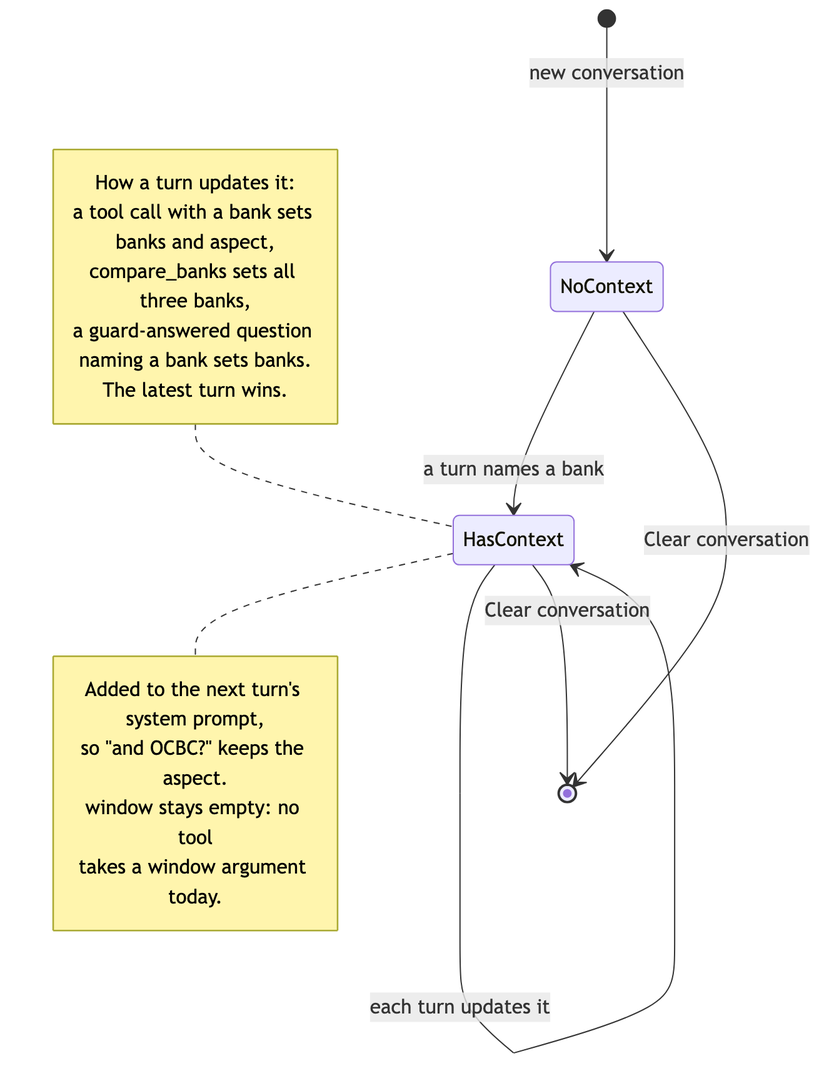
Before: docs/diagrams/img/15-conversation-state.png, a diagram exported from Mermaid (Gavingyh/plp-project). Its source is kept beside it as docs/diagrams/src/15-conversation-state.mmd. Source of this version:
```mermaid
stateDiagram-v2
  accTitle: Conversation state
  accDescr: A new conversation has no context. Each turn updates it from tool calls or from a bank named in a guard-answered question; the state is added to the next turn's system prompt. Window is never set today.

  [*] --> NoContext : new conversation
  NoContext --> HasContext : a turn names a bank
  HasContext --> HasContext : each turn updates it
  HasContext --> [*] : Clear conversation
  NoContext --> [*] : Clear conversation

  note left of HasContext
    How a turn updates it:
    a tool call with a bank sets banks and aspect,
    compare_banks sets all three banks,
    a guard-answered question naming a bank sets banks.
    The latest turn wins.
  end note
  note right of HasContext
    Added to the next turn's system prompt,
    so "and OCBC?" keeps the aspect.
    window stays empty: no tool
    takes a window argument today.
  end note
```
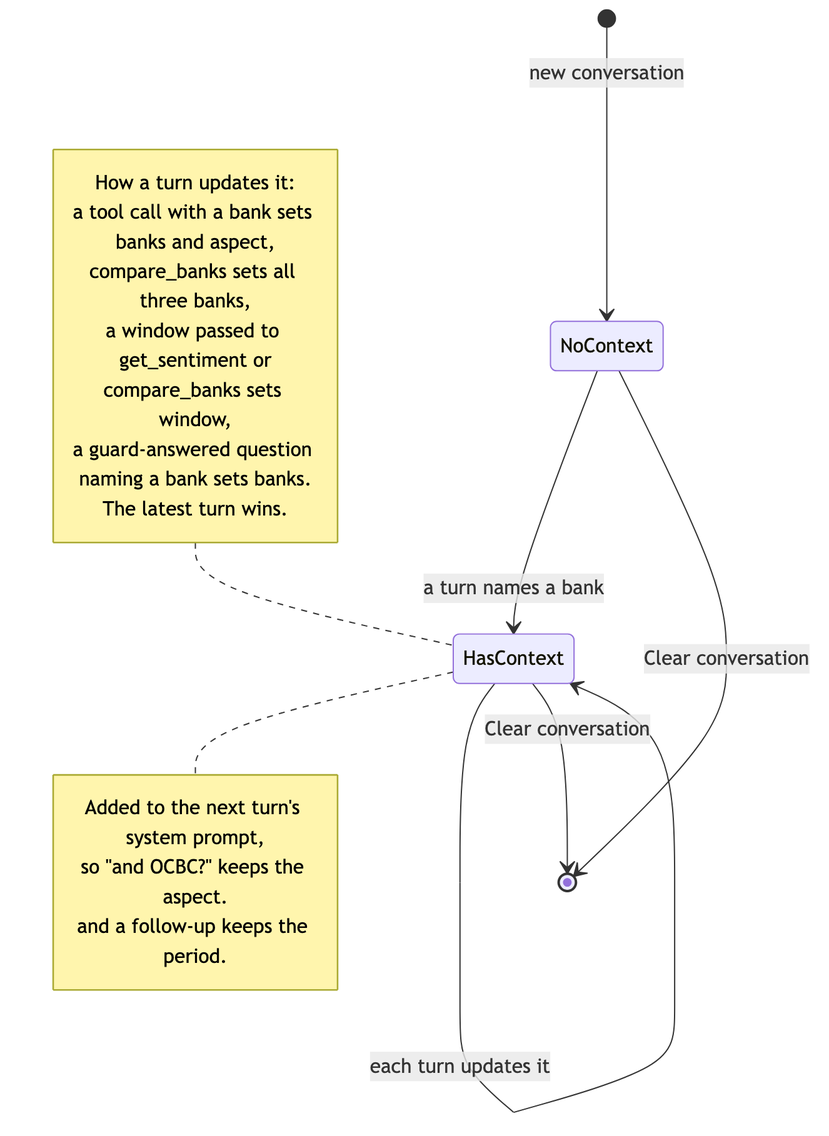
The same diagram one commit later.

Change to the diagram source:
```diff
@@ -1,6 +1,6 @@
 stateDiagram-v2
   accTitle: Conversation state
-  accDescr: A new conversation has no context. Each turn updates it from tool calls or from a bank named in a guard-answered question; the state is added to the next turn's system prompt. Window is never set today.
+  accDescr: A new conversation has no context. Each turn updates it from tool calls or from a bank named in a guard-answered question; the state is added to the next turn's system prompt. A window passed to get_sentiment or compare_banks sets the window.
 
   [*] --> NoContext : new conversation
   NoContext --> HasContext : a turn names a bank
@@ -12,12 +12,13 @@
     How a turn updates it:
     a tool call with a bank sets banks and aspect,
     compare_banks sets all three banks,
+    a window passed to get_sentiment or
+    compare_banks sets window,
     a guard-answered question naming a bank sets banks.
     The latest turn wins.
   end note
   note right of HasContext
     Added to the next turn's system prompt,
     so "and OCBC?" keeps the aspect.
-    window stays empty: no tool
-    takes a window argument today.
+    and a follow-up keeps the period.
   end note
```
